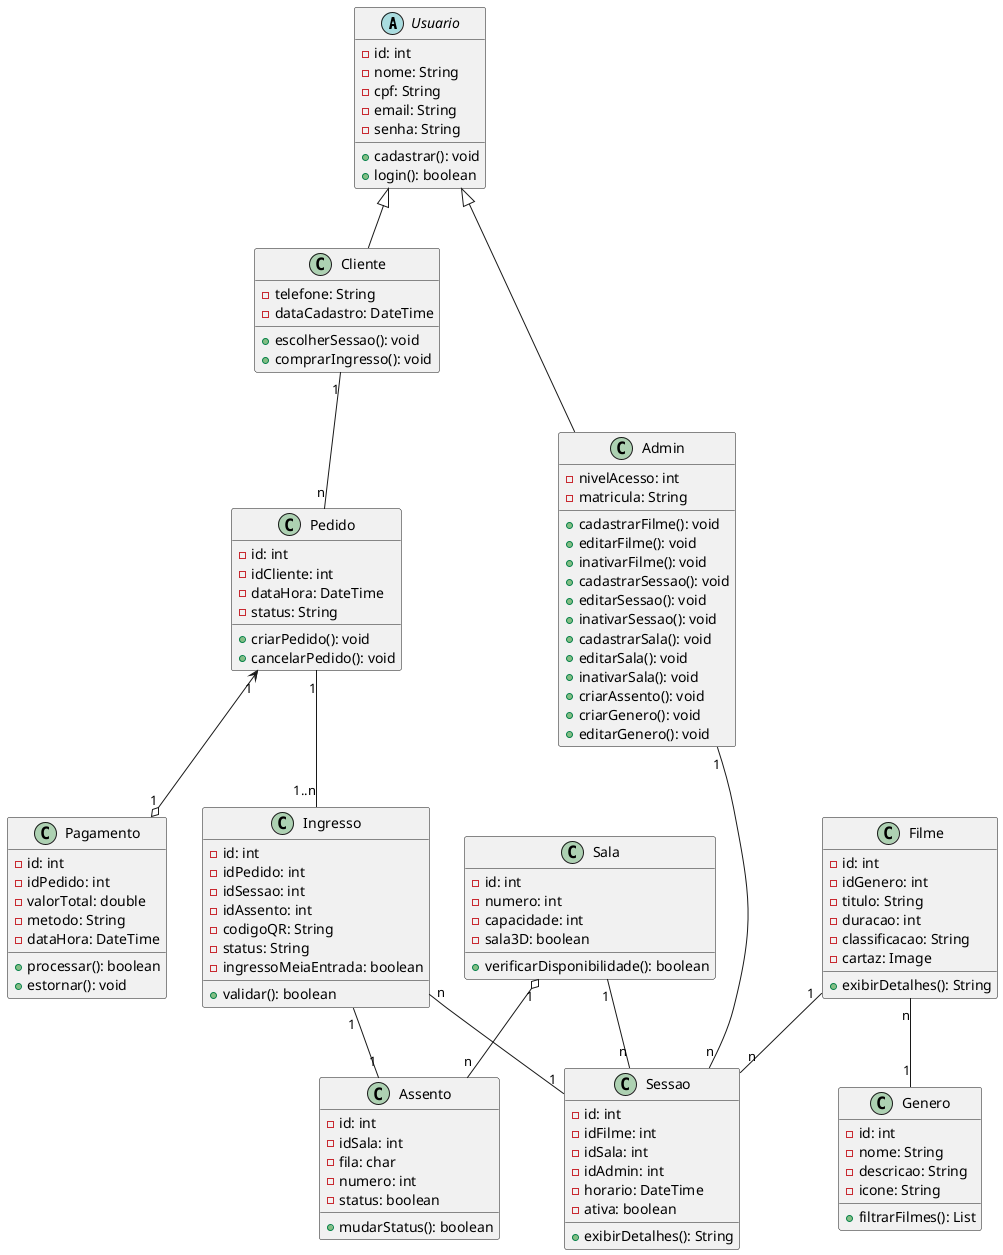
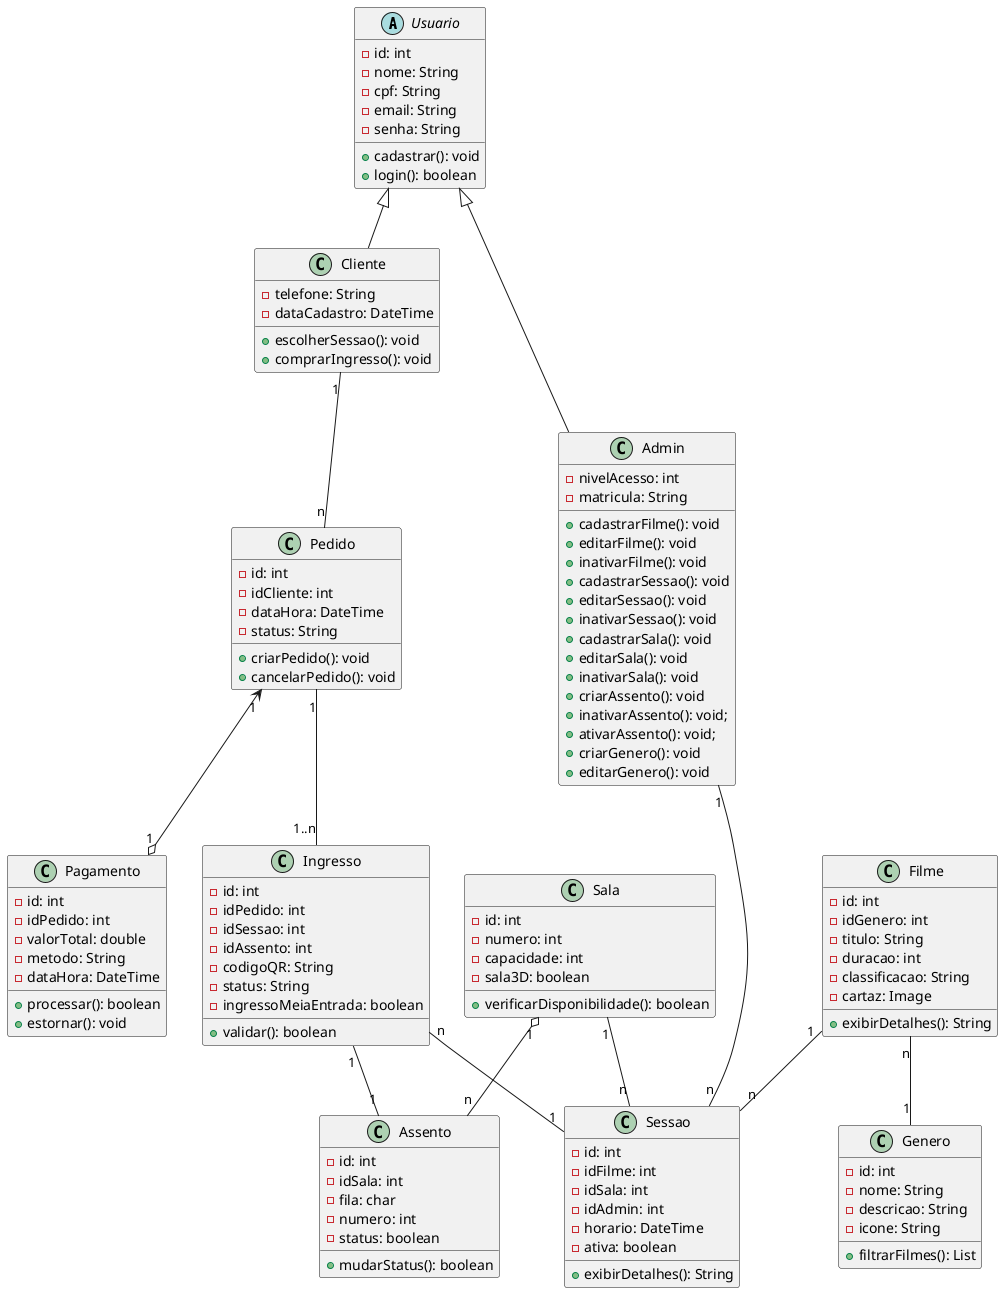
@startuml

' Classes principais
abstract Usuario {
    - id: int
    - nome: String
    - cpf: String
    - email: String
    - senha: String
    + cadastrar(): void
    + login(): boolean
}

class Cliente {
    - telefone: String
    - dataCadastro: DateTime
    + escolherSessao(): void
    + comprarIngresso(): void
}

class Admin {
    - nivelAcesso: int
    - matricula: String
    + cadastrarFilme(): void
    + editarFilme(): void
    + inativarFilme(): void
    + cadastrarSessao(): void
    + editarSessao(): void
    + inativarSessao(): void
    + cadastrarSala(): void
    + editarSala(): void
    + inativarSala(): void
    + criarAssento(): void
+     + inativarAssento(): void;
+     + ativarAssento(): void;
    + criarGenero(): void
    + editarGenero(): void
}

class Pedido {
    - id: int
    - idCliente: int
    - dataHora: DateTime
    - status: String
    + criarPedido(): void
    + cancelarPedido(): void
}

class Pagamento {
    - id: int
    - idPedido: int
    - valorTotal: double
    - metodo: String
    - dataHora: DateTime
    + processar(): boolean
    + estornar(): void
}

class Ingresso {
    - id: int
    - idPedido: int
    - idSessao: int
    - idAssento: int
    - codigoQR: String
    - status: String
    - ingressoMeiaEntrada: boolean
    + validar(): boolean
}

class Assento {
    - id: int
    - idSala: int
    - fila: char
    - numero: int
    - status: boolean
    + mudarStatus(): boolean
}

class Sessao {
    - id: int
    - idFilme: int
    - idSala: int
    - idAdmin: int
    - horario: DateTime
    - ativa: boolean
    + exibirDetalhes(): String
}

class Filme {
    - id: int
    - idGenero: int
    - titulo: String
    - duracao: int
    - classificacao: String
    - cartaz: Image
    + exibirDetalhes(): String
}

class Sala {
    - id: int
    - numero: int
    - capacidade: int
    - sala3D: boolean
    + verificarDisponibilidade(): boolean
}

class Genero {
    - id: int
    - nome: String
    - descricao: String
    - icone: String
    + filtrarFilmes(): List
}

' Herança
Usuario <|-- Cliente
Usuario <|-- Admin

' Relacionamentos
Cliente "1" -- "n" Pedido
Pedido "1" -- "1..n" Ingresso
Pedido "1" <--o "1" Pagamento

Ingresso "n" -- "1" Sessao
Ingresso "1" -- "1" Assento

Sala "1" o-- "n" Assento

Admin "1" -- "n" Sessao

Filme "1" -- "n" Sessao
Sala "1" -- "n" Sessao
Filme "n" -- "1" Genero

@enduml